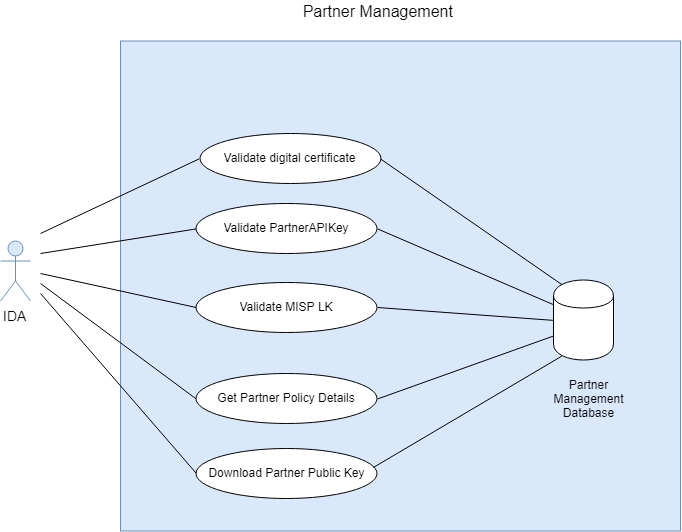
This is _images/arch_diagrams/PartnerManagement_IDA_Services.png from ssenmosip/mosip-temp-documentation, a draw.io export, as it was before one commit. Source tidied: cells renumbered, new cells last; positions are measured from the earlier drawing's top-left corner, leaving out a move shared by most shapes.
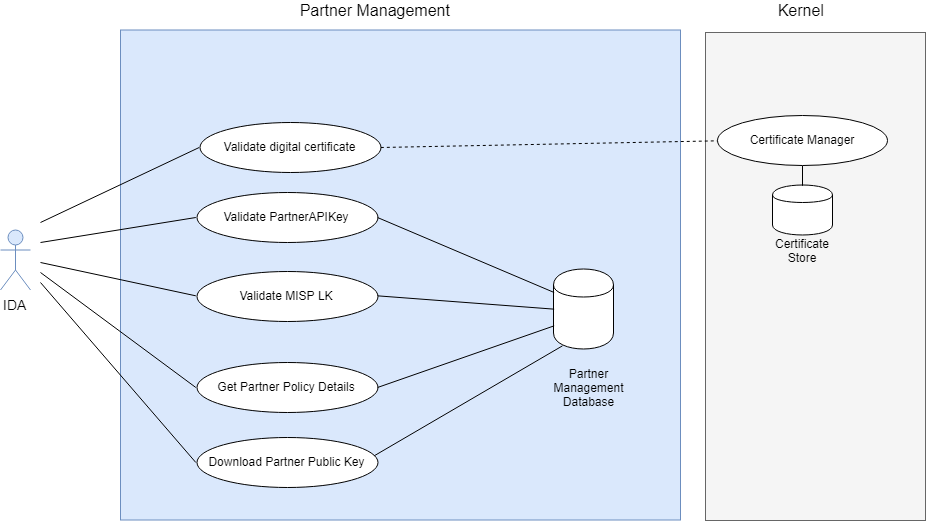
Above is the later version.

Commit message:
Partner Management - High Level Design - Incorporated Review comments and client directions

Change to the diagram source:
```diff
@@ -21,7 +21,7 @@
       <mxGeometry x="196" y="372" width="181" height="50" as="geometry" />
     </mxCell>
     <mxCell id="8" value="Partner Management&amp;nbsp;" style="text;html=1;strokeColor=none;fillColor=none;align=center;verticalAlign=middle;whiteSpace=wrap;rounded=0;fontSize=16;" parent="1" vertex="1">
-      <mxGeometry x="287" y="-0.5" width="186" height="20" as="geometry" />
+      <mxGeometry x="284" y="9.5" width="186" height="20" as="geometry" />
     </mxCell>
     <mxCell id="9" value="Partner Management Database" style="text;html=1;strokeColor=none;fillColor=none;align=center;verticalAlign=middle;whiteSpace=wrap;rounded=0;" parent="1" vertex="1">
       <mxGeometry x="553" y="367" width="70" height="60" as="geometry" />
@@ -69,8 +69,26 @@
         <mxPoint x="40" y="232" as="sourcePoint" />
       </mxGeometry>
     </mxCell>
-    <mxCell id="21" style="endArrow=none;html=1;fontSize=14;entryX=0.15;entryY=0.05;entryDx=0;entryDy=0;entryPerimeter=0;exitX=1;exitY=0.5;exitDx=0;exitDy=0;" parent="1" edge="1" source="19" target="5">
-      <mxGeometry relative="1" as="geometry" />
-    </mxCell>
+    <mxCell id="22" style="rounded=0;whiteSpace=wrap;html=1;fontSize=16;fillColor=#f5f5f5;strokeColor=#666666;fontColor=#333333;" parent="1" vertex="1">
+      <mxGeometry x="705" y="42" width="220" height="488" as="geometry" />
+    </mxCell>
+    <mxCell id="23" value="Certificate Manager" style="ellipse;whiteSpace=wrap;html=1;" parent="1" vertex="1">
+      <mxGeometry x="717" y="124.5" width="170" height="50" as="geometry" />
+    </mxCell>
+    <mxCell id="24" style="shape=cylinder;whiteSpace=wrap;html=1;boundedLbl=1;backgroundOutline=1;" parent="1" vertex="1">
+      <mxGeometry x="772" y="194.5" width="60" height="50" as="geometry" />
+    </mxCell>
+    <mxCell id="25" value="Certificate Store" style="text;html=1;strokeColor=none;fillColor=none;align=center;verticalAlign=middle;whiteSpace=wrap;rounded=0;" parent="1" vertex="1">
+      <mxGeometry x="762" y="249.5" width="80" height="20" as="geometry" />
+    </mxCell>
+    <mxCell id="26" style="endArrow=none;html=1;entryX=0.5;entryY=1;entryDx=0;entryDy=0;exitX=0.5;exitY=0;exitDx=0;exitDy=0;" parent="1" edge="1" source="24" target="23">
+      <mxGeometry relative="1" as="geometry" />
+    </mxCell>
+    <mxCell id="27" value="Kernel&amp;nbsp;" style="text;html=1;strokeColor=none;fillColor=none;align=center;verticalAlign=middle;whiteSpace=wrap;rounded=0;fontSize=16;" parent="1" vertex="1">
+      <mxGeometry x="709" y="9.5" width="186" height="20" as="geometry" />
+    </mxCell>
+    <mxCell id="28" style="endArrow=none;dashed=1;html=1;fontSize=12;entryX=0;entryY=0.5;entryDx=0;entryDy=0;exitX=1;exitY=0.5;exitDx=0;exitDy=0;" parent="1" edge="1" source="19" target="23">
+      <mxGeometry relative="1" as="geometry" />
+    </mxCell>
   </root>
 </mxGraphModel>
```
